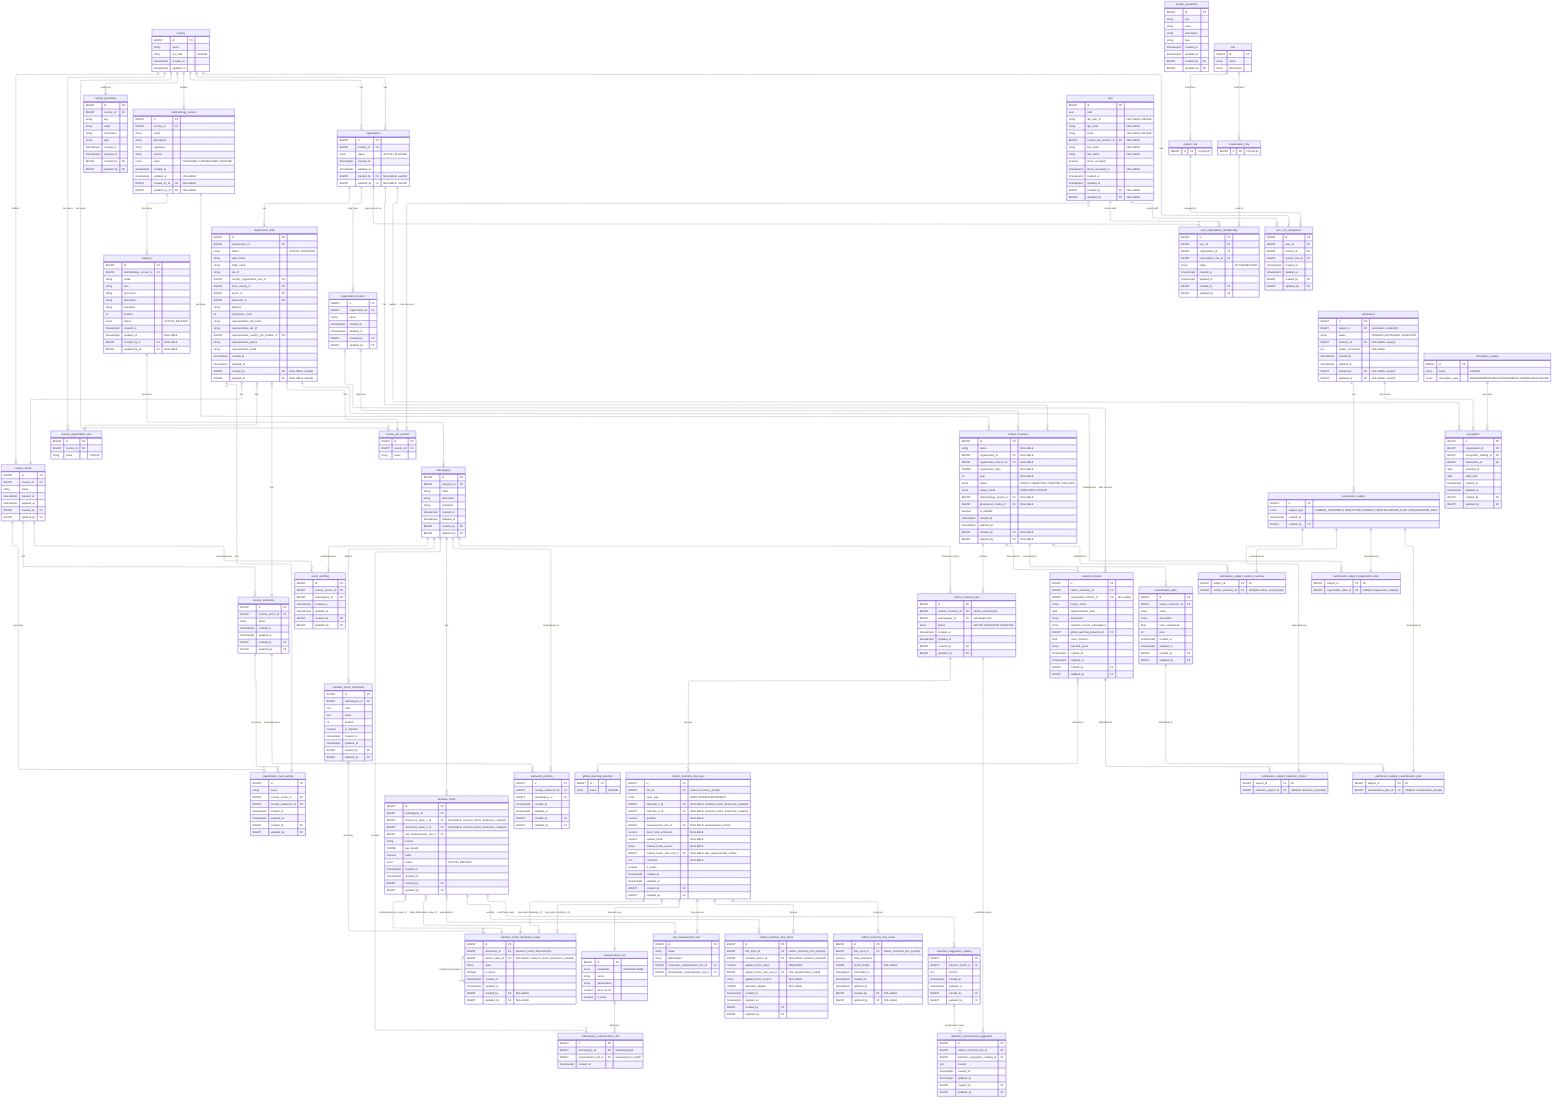
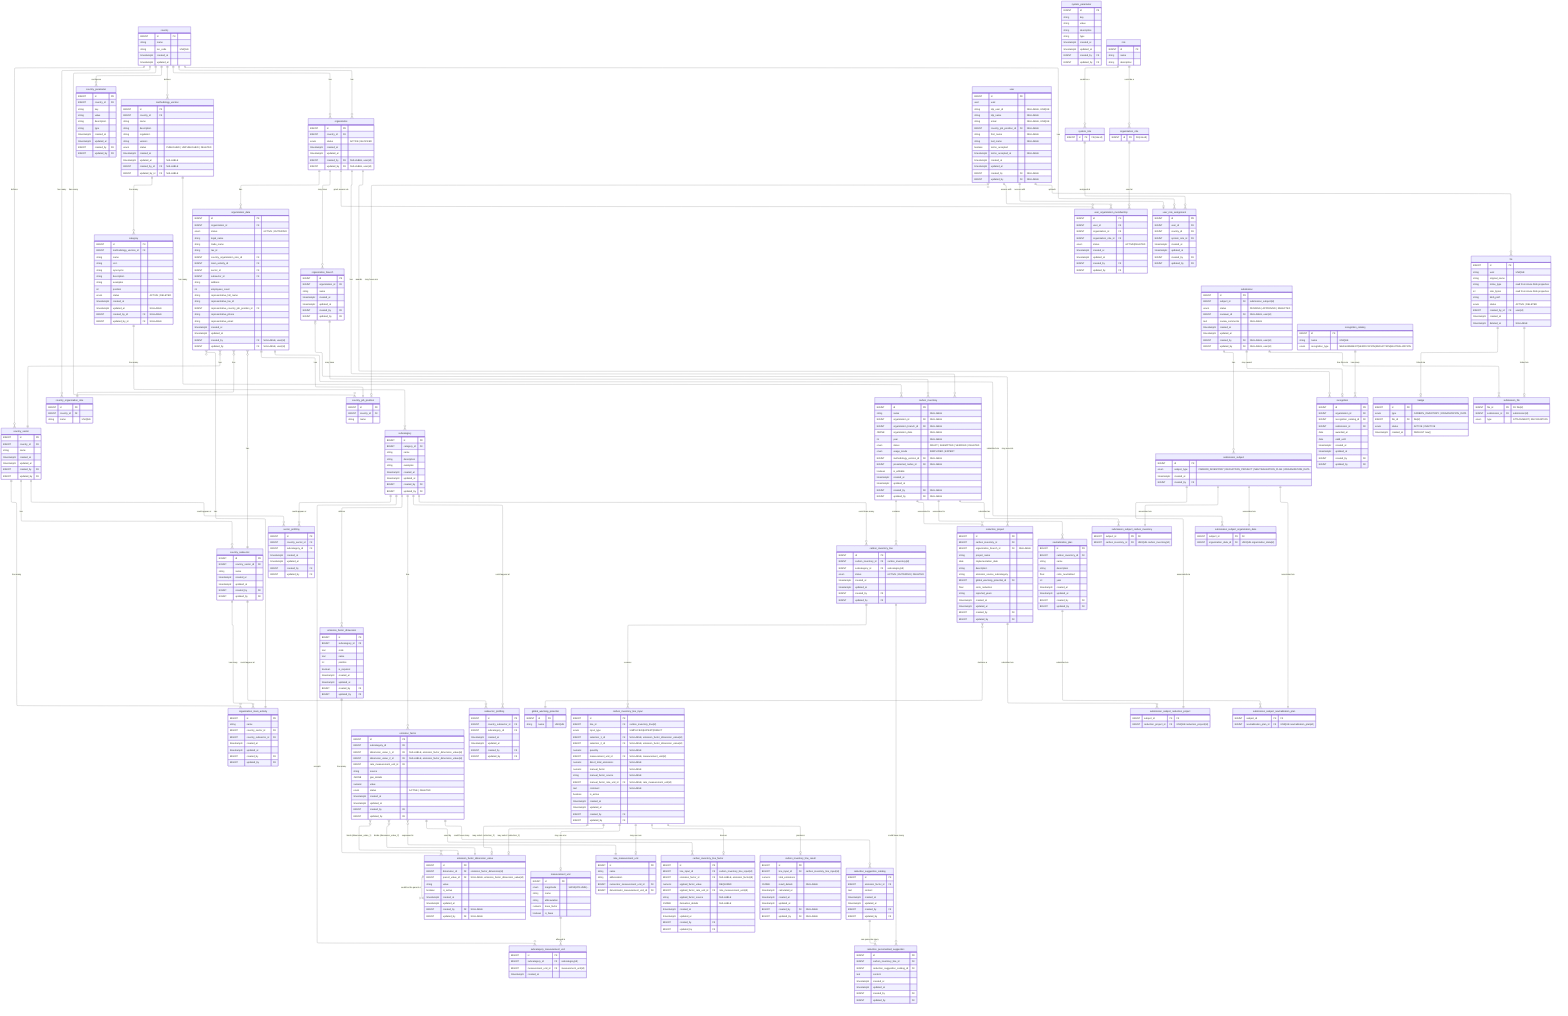
---
config:
  layout: elk
---
erDiagram
	direction TB

	%% ============================================================
	%% Design Principles
	%% ============================================================

	%% 🔷 Core Modeling Principles
	%% 	1.	Each table has a single, well-defined responsibility
	%% Tables are designed to represent one concept only (e.g. configuration, input, result, workflow), avoiding mixed concerns.

	%% 	2.	Relationships reflect real business rules, not just foreign keys
	%% Cardinalities and optionality are chosen to express domain constraints, not merely technical implementation details.

	%% 	3.	Nullability is intentional and meaningful
	%% Nullable fields indicate valid domain states (e.g. optional associations, draft data), not incomplete design.

	%% ⸻

	%% 🔷 Configuration & Reference Data
	%% 	4.	Reference data is normalized and centralized
	%% Shared concepts (statuses, units, potentials) are defined once and reused across the system.

	%% 	5.	Volatile enums are modeled as tables, not database ENUMs
	%% Any value expected to evolve (statuses, workflows) is stored in catalog tables to avoid schema migrations.

	%% 	6.	Stable physical concepts may use ENUMs
	%% Concepts that are scientifically stable (e.g. unit magnitude, usage mode) may use database ENUMs for safety and clarity.

	%% ⸻

	%% 🔷 Methodology & Emission Factors

	%% 	7.	Methodology is versioned and country-scoped
	%% All categories, subcategories, and factors belong to a specific methodology version tied to a country.

	%% 	8.	Emission factors are defined by standardized dimensions, not free text
	%% User selections and factor matching are driven by normalized dimension values to ensure consistency and correctness.

	%% 	9.	Dimension cardinality reflects domain reality, not generic flexibility
	%% Emission factors support up to two dimensions by design, matching current methodology requirements and admin workflows.

	%% 	10.	Administrative workflows are hierarchical and sequential
	%% New entities are created top-down (category → subcategory → dimension → value → factor), enforcing consistency at each level.

	%% ⸻

	%% 🔷 Inventory & Calculation

	%% 	11.	Input, factor selection, and results are modeled as separate concerns
	%% User input, factor derivation, and calculated results are stored in distinct tables for clarity and auditability.

	%% 	12.	Results are always derived from immutable input snapshots
	%% Calculated emissions reference the exact input used, ensuring reproducibility even if inputs change later.

	%% 	13.	Historical data is preserved; updates create new versions
	%% Changes do not overwrite previous data but create new records, maintaining a complete audit trail.

	%% ⸻

	%% 🔷 Workflow & Submissions

	%% 	14.	Workflows are modeled as data, not booleans
	%% Submissions, approvals, and recognitions are represented explicitly rather than inferred from flags.

	%% 	15.	Polymorphism is handled via explicit subject tables
	%% Submissions reference a generic subject entity with concrete subtype tables, avoiding nullable polymorphic foreign keys.

	%% 	16.	Recognitions are awarded based on submissions, not raw entities
	%% This ensures all awards are traceable to a validated review process.

	%% ⸻

	%% 🔷 Audit & Governance

	%% 	17.	Audit fields are applied based on responsibility and mutability
	%% Operational tables are auditable; reference and system-owned tables may omit audit fields by design.

	%% 	18.	System-generated data does not pretend to have an author
	%% Automatically calculated results record timestamps but not created_by or updated_by.

	%% 	19.	Database constraints enforce correctness wherever possible
	%% Uniqueness, consistency, and invariants are enforced at the database level rather than relying solely on application logic.


	%% ⸻

	%% 🔷 Evolution & Maintainability

	%% 	20.	Design favors clarity and correctness over premature generalization
	%% Flexibility is introduced only when driven by real domain requirements, not hypothetical future use cases.

	%% 	21.	Future extensions are possible without breaking existing data
	%% The model anticipates evolution (e.g. new methodologies, new workflows) while keeping current usage simple and explicit.

	%% ⸻

	%% These principles are intentional.
	%% Changes to the model should preserve these invariants unless there is a clear domain-driven reason to evolve them.

	%% ============================================================
	%% 🟦 Country & configuration (7)
	%% ============================================================

	country {
		BIGINT id PK ""
		string name  ""
		string iso_code "UNIQUE"
		timestamptz created_at  ""
		timestamptz updated_at  ""
	}

	country_parameter {
		BIGINT id PK ""
		BIGINT country_id FK ""
		string key  ""
		string value  ""
		string description  ""
		string type  ""
		timestamptz created_at  ""
		timestamptz updated_at  ""
		BIGINT created_by FK ""
		BIGINT updated_by FK ""
	}

	system_parameter {
		BIGINT id PK ""
		string key  ""
		string value  ""
		string description  ""
		string type  ""
		timestamptz created_at  ""
		timestamptz updated_at  ""
		BIGINT created_by FK ""
		BIGINT updated_by FK ""
	}

	country_sector {
		BIGINT id PK ""
		BIGINT country_id FK ""
		string name  ""
		timestamptz created_at  ""
		timestamptz updated_at  ""
		BIGINT created_by FK ""
		BIGINT updated_by FK ""
	}

	country_subsector {
		BIGINT id PK ""
		BIGINT country_sector_id FK ""
		string name  ""
		timestamptz created_at  ""
		timestamptz updated_at  ""
		BIGINT created_by FK ""
		BIGINT updated_by FK ""
	}

	country_organization_size {
		BIGINT id PK ""
		BIGINT country_id FK ""
		string name  "UNIQUE"
	}

	organization_main_activity {
		BIGINT id PK ""
		string name ""
		BIGINT country_sector_id FK ""
		BIGINT country_subsector_id FK ""
		timestamptz created_at ""
		timestamptz updated_at ""
		BIGINT created_by FK ""
		BIGINT updated_by FK ""
	}

	country_job_position {
		BIGINT id PK ""
		BIGINT country_id FK ""
		string name  ""
	}

	%% ============================================================
	%% 🟩 Methodology & factors (10)
	%% ============================================================

	methodology_version {
		BIGINT id PK ""
		BIGINT country_id FK ""
		string name  ""
		string description  ""
		string regulation ""
		string version ""
		enum status "PUBLISHED | UNPUBLISHED | DELETED"
		timestamptz created_at  ""
		timestamptz updated_at  "NULLABLE"
		BIGINT created_by_id FK "NULLABLE"
		BIGINT updated_by_id FK "NULLABLE"
		%% Enforce via trigger at most 1 active per country
	}

	category {
		BIGINT id PK ""
		BIGINT methodology_version_id FK ""
		string name ""
		string icon ""
		%% just for displaying
		string synonyms ""
		%% just for displaying
		string description ""
		%% just for displaying
		string examples ""
		%% Position must be > 0 (enforced by DB CHECK constraint)
		int position ""
		enum status "ACTIVE | DELETED"
		timestamptz created_at  ""
		timestamptz updated_at  "NULLABLE"
		BIGINT created_by_id FK "NULLABLE"
		BIGINT updated_by_id FK "NULLABLE"
		%% UNIQUE(methodology_version_id, name)
		%% UNIQUE(methodology_version_id, position)
	}

	subcategory {
		BIGINT id PK ""
		BIGINT category_id FK ""
		string name  ""
		%% just for displaying
		string description  ""
		%% just for displaying
		string examples ""
		timestamptz created_at  ""
		timestamptz updated_at  ""
		BIGINT created_by FK ""
		BIGINT updated_by FK ""
	}

	emission_factor_dimension {
		BIGINT id PK ""
		BIGINT subcategory_id FK ""
		%% Like: FUEL_GROUP, FUEL_TYPE, GAS_TYPE
		text code ""
		%% Like: Tipo de combustible, Tipo de gas
		text name ""
		%% Like: 1, 2, 3 (order in UI & logic)
		int position ""
		boolean is_required ""
		timestamptz created_at  ""
		timestamptz updated_at  ""
		BIGINT created_by FK ""
		BIGINT updated_by FK ""
		%% UNIQUE(subcategory_id, position),
		%% UNIQUE(subcategory_id, code)
	}

	emission_factor_dimension_value {
		BIGINT id PK ""
		BIGINT dimension_id FK "emission_factor_dimension(id)"
		BIGINT parent_value_id FK "NULLABLE, emission_factor_dimension_value(id)"
		%% Like: Natural gas, Diesel, Kerosene, etc
		string value ""
		boolean is_active ""
		timestamptz created_at  ""
		timestamptz updated_at  ""
		BIGINT created_by FK "NULLABLE"
		BIGINT updated_by FK "NULLABLE"
		%% UNIQUE(dimension_id, value)
	}

	emission_factor {
		BIGINT id PK ""
		BIGINT subcategory_id FK ""
		%% Emission factors currently support up to two dimensions via fixed columns.
		%% A binding table was considered for unbounded dimensions but intentionally not used to keep queries and constraints simple.
		BIGINT dimension_value_1_id FK "NULLABLE, emission_factor_dimension_value(id)"
		BIGINT dimension_value_2_id FK "NULLABLE, emission_factor_dimension_value(id)"
		BIGINT rate_measurement_unit_id FK ""
		string source  ""
		JSONB gas_details ""
		numeric value  ""
		enum status "ACTIVE | DELETED"
		timestamptz created_at  ""
		timestamptz updated_at  ""
		BIGINT created_by FK ""
		BIGINT updated_by FK ""
		%% Enforce UNIQUE (subcategory_id, dimension_value_1_id, dimension_value_2_id) WHERE status = 'ACTIVE'
	}

	sector_profiling {
		BIGINT id PK ""
		BIGINT country_sector_id FK ""
		BIGINT subcategory_id FK ""
		timestamptz created_at  ""
		timestamptz updated_at  ""
		BIGINT created_by FK ""
		BIGINT updated_by FK ""
		%% UNIQUE(country_sector_id, subcategory_id)
	}

	subsector_profiling {
		BIGINT id PK ""
		BIGINT country_subsector_id FK ""
		BIGINT subcategory_id FK ""
		timestamptz created_at  ""
		timestamptz updated_at  ""
		BIGINT created_by FK ""
		BIGINT updated_by FK ""
		%% UNIQUE(country_subsector_id, subcategory_id)
	}

	measurement_unit {
		BIGINT id PK ""
		enum magnitude  "MASS|VOLUME|..."
		string name  ""
		string abbreviation  ""
		numeric base_factor  ""
		boolean is_base  ""
		%% Enforce UNIQUE (magnitude) WHERE is_base = true
	}

	rate_measurement_unit {
		BIGINT id PK ""
		string name  ""
		string abbreviation  ""
		BIGINT numerator_measurement_unit_id FK ""
		BIGINT denominator_measurement_unit_id FK ""
	}

	subcategory_measurement_unit {
		BIGINT id PK ""
		BIGINT subcategory_id FK "subcategory(id)"
		BIGINT measurement_unit_id FK "measurement_unit(id)"
		timestamptz created_at ""
		%% UNIQUE(subcategory_id, measurement_unit_id)
	}

	global_warming_potential {
		BIGINT id PK ""
		string name "UNIQUE"
		%% AR4, AR5, etc...
	}

	%% ============================================================
	%% 🟨 Organizations & users (8)
	%% ============================================================

	organization {
		BIGINT id PK
		BIGINT country_id FK
		enum status "ACTIVE | BLOCKED"
		timestamptz created_at
		timestamptz updated_at
		BIGINT created_by FK "NULLABLE, user(id)"
		BIGINT updated_by FK "NULLABLE, user(id)"
  	}

	organization_data {
		BIGINT id PK
		BIGINT organization_id FK
		enum status "ACTIVE | OUTDATED"

		%% organization data
		string legal_name
		string trade_name
		string tax_id
		BIGINT country_organization_size_id FK
		BIGINT main_activity_id FK
		BIGINT sector_id FK
		BIGINT subsector_id FK
		string address
		int employees_count

		%% representative data
		string representative_full_name
		string representative_tax_id
		BIGINT representative_country_job_position_id FK
		string representative_phone
		string representative_email

		timestamptz created_at
		timestamptz updated_at
		BIGINT created_by FK "NULLABLE, user(id)"
		BIGINT updated_by FK "NULLABLE, user(id)"
	}

	organization_branch {
		BIGINT id PK ""
		BIGINT organization_id FK ""
		string name  ""
		timestamptz created_at  ""
		timestamptz updated_at  ""
		BIGINT created_by FK ""
		BIGINT updated_by FK ""
	}

	user {
		BIGINT id PK ""
		uuid uuid  ""
		string idp_user_id "NULLABLE, UNIQUE"
		string idp_name "NULLABLE"
		string email  "NULLABLE, UNIQUE"
		BIGINT country_job_position_id FK "NULLABLE"
		string first_name "NULLABLE"
		string last_name "NULLABLE"
		boolean terms_accepted ""
		timestamptz terms_accepted_at "NULLABLE"
		timestamptz created_at  ""
		timestamptz updated_at  ""
		BIGINT created_by FK "NULLABLE"
		BIGINT updated_by FK "NULLABLE"
	}

	%% abstract parent table
	role {
		BIGINT id PK ""
		string name ""
		string description ""
	}

	system_role {
		BIGINT id PK "FK(role.id)"
	}

	organization_role {
		BIGINT id PK "FK(role.id)"
	}


	user_organization_membership {
		BIGINT id PK ""
		BIGINT user_id FK ""
		BIGINT organization_id FK ""
		BIGINT organization_role_id FK ""
		enum status "ACTIVE|DELETED"
		timestamptz created_at  ""
		timestamptz updated_at  ""
		BIGINT created_by FK ""
		BIGINT updated_by FK ""
		%% UNIQUE(user_id, organization_id, organization_role_id)
	}

	user_role_assignment {
		BIGINT id PK ""
		BIGINT user_id FK ""
		BIGINT country_id FK ""
		BIGINT system_role_id FK ""
		timestamptz created_at  ""
		timestamptz updated_at  ""
		BIGINT created_by FK ""
		BIGINT updated_by FK ""
		%% UNIQUE(user_id, country_id, system_role_id)
	}

	%% ============================================================
	%% 🟧 Inventory & calculation (9)
	%% ============================================================

	%% organization & organization_branch will be NULL when user does not belong to any org.
	carbon_inventory {
		BIGINT id PK ""
		string name "NULLABLE"
		BIGINT organization_id FK "NULLABLE"
		BIGINT organization_branch_id FK "NULLABLE"
		JSONB organization_data "NULLABLE"
		int year "NULLABLE"
		enum status "DRAFT | SUBMITTED | VERIFIED | DELETED"
		enum usage_mode "SIMPLIFIED | EXPERT"
		BIGINT methodology_version_id FK "NULLABLE"
		BIGINT preselected_nodes_id FK "NULLABLE"
		boolean is_editable ""
		timestamptz created_at  ""
		timestamptz updated_at  ""
		BIGINT created_by FK "NULLABLE"
		BIGINT updated_by FK "NULLABLE"
	}

	%% A "line" represents what is being measured (subcategory) for a given inventory.
	%% We do not store quantities/factors/selections here. It's the anchor.
	carbon_inventory_line {
		BIGINT id PK ""
		BIGINT carbon_inventory_id FK "carbon_inventory(id)"
		BIGINT subcategory_id FK "subcategory(id)"
		enum status "ACTIVE | OUTDATED | DELETED"
		timestamptz created_at  ""
		timestamptz updated_at  ""
		BIGINT created_by FK ""
		BIGINT updated_by FK ""
	}

	carbon_inventory_line_input {
		BIGINT id PK ""
		BIGINT line_id FK "carbon_inventory_line(id)"
		enum input_type "SIMPLIFIED|EXPERT|DIRECT"

		%% the "dimension selections" (more on dimension standardization in section 4)
		BIGINT selection_1_id FK "NULLABLE, emission_factor_dimension_value(id)"
		BIGINT selection_2_id FK "NULLABLE, emission_factor_dimension_value(id)"

		numeric quantity "NULLABLE"
		BIGINT measurement_unit_id FK "NULLABLE, measurement_unit(id)"

		%% For DIRECT mode:
		numeric direct_total_emissions "NULLABLE"

		%% For EXPERT mode:
		numeric manual_factor "NULLABLE"
		string manual_factor_source "NULLABLE"
		BIGINT manual_factor_rate_unit_id FK "NULLABLE, rate_measurement_unit(id)"

		text comment "NULLABLE"
		boolean is_active ""
		timestamptz created_at  ""
		timestamptz updated_at  ""
		BIGINT created_by FK ""
		BIGINT updated_by FK ""
		%% Enforce only one active input per line: UNIQUE(line_id) WHERE is_active = true
	}

	%% This stores "what factor did we use, after conversions, and why" so results are reproducible.
	carbon_inventory_line_factor {
		BIGINT id PK ""
		BIGINT line_input_id FK "carbon_inventory_line_input(id)"

		%% chosen factor: either from catalog (simplified) or null for expert/direct
		BIGINT emission_factor_id FK "NULLABLE, emission_factor(id)"

		%% normalized factor actually used in the computation (post-conversion)
		%% REQUIRED: Must always be present for result reproducibility
		numeric applied_factor_value "REQUIRED"
		BIGINT applied_factor_rate_unit_id FK "rate_measurement_unit(id)"
		string applied_factor_source "NULLABLE"

		%% optionally store a JSON blob explaining conversion steps for auditability
		JSONB derivation_details "NULLABLE"

		timestamptz created_at  ""
		timestamptz updated_at  ""
		BIGINT created_by FK ""
		BIGINT updated_by FK ""
		%% Enforce 1 factor row per input: UNIQUE(line_input_id)
	}

	carbon_inventory_line_result {
		BIGINT id PK ""
		BIGINT line_input_id FK "carbon_inventory_line_input(id)"
		numeric total_emissions ""
		%% optionally store breakdown: per-gas, CO2e, etc.
		JSONB result_details "NULLABLE"
		timestamptz calculated_at ""
		timestamptz created_at  ""
		timestamptz updated_at  ""
		BIGINT created_by FK "NULLABLE"
		BIGINT updated_by FK "NULLABLE"
		%% Ensure 1 result per input: UNIQUE(line_input_id)
	}

	reduction_suggestion_catalog {
		BIGINT id PK ""
		BIGINT emission_factor_id FK ""
		text content  ""
		timestamptz created_at  ""
		timestamptz updated_at  ""
		BIGINT created_by FK ""
		BIGINT updated_by FK ""
	}

	%% We plan to create these suggestion with AI
	reduction_personalized_suggestion {
		BIGINT id PK ""
		BIGINT carbon_inventory_line_id FK ""
		BIGINT reduction_suggestion_catalog_id FK ""
		text content  ""
		timestamptz created_at  ""
		timestamptz updated_at  ""
		BIGINT created_by FK ""
		BIGINT updated_by FK ""
	}

	reduction_project {
		BIGINT id PK ""
		BIGINT carbon_inventory_id FK ""
		BIGINT organization_branch_id FK "NULLABLE"
		string project_name  ""
		date implementation_date  ""
		string description  ""
		string emission_source_subcategory  ""
		BIGINT global_warming_potential_id FK ""
		float co2e_reduction  ""
		string reported_years  ""
		timestamptz created_at  ""
		timestamptz updated_at  ""
		BIGINT created_by FK ""
		BIGINT updated_by FK ""
	}

	neutralization_plan {
		BIGINT id PK ""
		BIGINT carbon_inventory_id FK ""
		string name  ""
		string description  ""
		float co2e_neutralized  ""
		int year  ""
		timestamptz created_at  ""
		timestamptz updated_at  ""
		BIGINT created_by FK ""
		BIGINT updated_by FK ""
	}

	%% ============================================================
	%% 🟥 Submissions & recognition (7)
	%% ============================================================

	%% Read the docs about the submissions model design here: https://www.notion.so/Modelo-E-R-para-Submissions-2d318d2c8901805ab8f9eed2a9d9d702?source=copy_link
	%% The data within this table is immutable once created
	submission_subject {
		BIGINT id PK ""
		enum subject_type "CARBON_INVENTORY | REDUCTION_PROJECT | NEUTRALIZATION_PLAN | ORGANIZATION_DATA"
		timestamptz created_at  ""
		BIGINT created_by FK ""
	}

	%% The data within this table is immutable once created
	submission_subject_carbon_inventory {
		BIGINT subject_id PK "FK"
		BIGINT carbon_inventory_id FK "UNIQUE carbon_inventory(id)"
	}

	%% The data within this table is immutable once created
	submission_subject_reduction_project {
		BIGINT subject_id PK "FK"
		BIGINT reduction_project_id FK "UNIQUE reduction_project(id)"
	}

	%% The data within this table is immutable once created
	submission_subject_neutralization_plan {
		BIGINT subject_id PK "FK"
		BIGINT neutralization_plan_id FK "UNIQUE neutralization_plan(id)"
	}

	%% The data within this table is immutable once created
	submission_subject_organization_data {
		BIGINT subject_id PK "FK"
		BIGINT organization_data_id FK "UNIQUE organization_data(id)"
	}

	submission {
		BIGINT id PK ""
		BIGINT subject_id FK "submission_subject(id)"
		enum status "PENDING | APPROVED | REJECTED"
		BIGINT reviewer_id FK "NULLABLE, user(id)"
		text review_comments "NULLABLE"
		timestamptz created_at  ""
		timestamptz updated_at  ""
		BIGINT created_by FK "NULLABLE, user(id)"
		BIGINT updated_by FK "NULLABLE, user(id)"
		%% UNIQUE INDEX on subject_id WHERE status IN ('PENDING', 'APPROVED')
	}

	recognition_catalog {
		BIGINT id PK ""
		string name "UNIQUE"
		enum recognition_type  "MEASUREMENT|VERIFICATION|REDUCTION|NEUTRALIZATION"
	}

	recognition {
		BIGINT id PK ""
		BIGINT organization_id FK ""
		BIGINT recognition_catalog_id FK ""
		BIGINT submission_id FK ""
		date awarded_at  ""
		date valid_until  ""
		timestamptz created_at  ""
		timestamptz updated_at  ""
		BIGINT created_by FK ""
		BIGINT updated_by FK ""
	}

	%% ============================================================
+ 	%% 🟪 Files & attachments (3)
+ 	%% ============================================================
+ 
+ 	%% Generic file metadata table. Ownership is resolved via link tables
+ 	%% (badge, submission_file) following the same polymorphic pattern used by submission_subject.
+ 	%% mime_type and size_bytes are read from Azure blob properties at confirm-upload time,
+ 	%% not provided by the client.
+ 	file {
+ 		BIGINT id PK ""
+ 		string uuid "UNIQUE"
+ 		string original_name ""
+ 		string mime_type "read from Azure blob properties"
+ 		int size_bytes "read from Azure blob properties"
+ 		string blob_path ""
+ 		enum status "ACTIVE | DELETED"
+ 		BIGINT created_by_id FK "user(id)"
+ 		timestamptz created_at ""
+ 		timestamptz deleted_at "NULLABLE"
+ 	}
+ 
+ 	%% Link table: file ↔ badge type
+ 	%% Only one badge per type may have status ACTIVE at a time.
+ 	%% Uploading a new badge automatically sets the previous one to INACTIVE.
+ 	badge {
+ 		BIGINT id PK ""
+ 		enum type "CARBON_INVENTORY | ORGANIZATION_DATA"
+ 		BIGINT file_id FK "file(id)"
+ 		enum status "ACTIVE | INACTIVE"
+ 		timestamptz created_at "DEFAULT now()"
+ 	}
+ 
+ 	%% Link table: file ↔ submission
+ 	%% type distinguishes between document attachments and recognition certificates.
+ 	submission_file {
+ 		BIGINT file_id PK "FK file(id)"
+ 		BIGINT submission_id FK "submission(id)"
+ 		enum type "ATTACHMENT | RECOGNITION"
+ 	}
+ 
+ 	%% ============================================================
	%% Others
	%% ============================================================


%% ============================================================
%% Relationships
%% ============================================================

country
	country ||--o{ country_parameter : "configures"
	country ||--o{ country_sector : "defines"
	country ||--o{ methodology_version : "defines"
	country ||--o{ organization : "has"
	country ||--o{ user_role_assignment : "has"
	country ||--o{ country_organization_size: "has many"
	country ||--o{ country_job_position : "has many"
	country ||--o{ organization : "has"

country_sector
	country_sector ||--o{ country_subsector : "has"
	country_sector ||--o{ sector_profiling : "could appear at"
	country_sector ||--o{ organization_main_activity : "has many"

country_subsector
	country_subsector ||--o{ subsector_profiling : "could appear at"
	country_subsector ||--o{ organization_main_activity : "has many"

organization
	organization ||--o{ carbon_inventory : "has"
	organization ||--o{ organization_branch : "may have"
	organization ||--o{ recognition : "awards"
	organization ||--o{ user_organization_membership : "grant access via"
	organization ||--o{ organization_data : "has"

organization_data
	organization_data }o--|| country_organization_size : "has"
	organization_data }o--|| country_sector : "has"
	organization_data }o--|| country_subsector : "has"
	organization_data ||--|| country_job_position : "has"
	organization_data ||--o{ submission_subject_organization_data : "submitted via"
	organization_data }o--|| organization_main_activity : "has"


organization_branch
	organization_branch |o--o{ reduction_project : "may execute"
	organization_branch ||--o{ carbon_inventory : "may have"

recognition_catalog
	recognition_catalog ||--o{ recognition  : "has many"

role
	role ||--o{ system_role : "could be a"
	role ||--o{ organization_role : "could be a"
	organization_role ||--o{ user_organization_membership : "used at"
	system_role ||--o{ user_role_assignment : "assigned at"

user
	user ||--o{ user_organization_membership : "access with"
	user }o--o| country_job_position : "may have one"
	user ||--o| user_role_assignment : "access with"
+ 	user ||--o{ file : "uploads"

methodology_version
	methodology_version ||--o{ carbon_inventory : "has many"
	methodology_version ||--o{ category : "has many"

category
	category ||--o{ subcategory : "has many"

subcategory
	subcategory ||--o{ emission_factor_dimension: "defines"
	%% A subcategory may exist with zero emission factors:
	subcategory ||--o{ emission_factor: "has"
	subcategory ||--o{ sector_profiling: "could appear at"
	subcategory ||--o{ subsector_profiling: "could appear at"
	subcategory ||--o{ carbon_inventory_line: "could have many"
	subcategory ||--o{ subcategory_measurement_unit: "accepts"

measurement_unit
	measurement_unit ||--o{ subcategory_measurement_unit: "allowed in"

emission_factor_dimension
	emission_factor_dimension ||--o{ emission_factor_dimension_value : "has many"

emission_factor_dimension_value
	emission_factor_dimension_value ||--o{ emission_factor_dimension_value : "could be the parent of"

emission_factor
	emission_factor ||--o{ reduction_suggestion_catalog : "could have many"
	emission_factor ||--o{ carbon_inventory_line_factor : "used by"
	emission_factor }o--|| rate_measurement_unit : "expressed in"
	%% At most 2 values, depending on subcategory configuration:
	emission_factor }o--|| emission_factor_dimension_value : "binds (dimension_value_1)"
	emission_factor }o--|| emission_factor_dimension_value : "binds (dimension_value_2)"

carbon_inventory
	carbon_inventory ||--o{ carbon_inventory_line: "contains"
	carbon_inventory ||--o{ submission_subject_carbon_inventory: "submitted as"
	carbon_inventory ||--o{ neutralization_plan: "associated to"
	carbon_inventory ||--o{ reduction_project: "associated to"

carbon_inventory_line
	carbon_inventory_line ||--o{ reduction_personalized_suggestion: "could have many"
	carbon_inventory_line ||--o{ carbon_inventory_line_input: "receives"

carbon_inventory_line_input
	carbon_inventory_line_input ||--o| emission_factor_dimension_value: "may select (selection_1)"
	carbon_inventory_line_input ||--o| emission_factor_dimension_value: "may select (selection_2)"
	carbon_inventory_line_input ||--o| measurement_unit: "may use one"
	carbon_inventory_line_input ||--o| rate_measurement_unit: "may use one"
	carbon_inventory_line_input ||--o| carbon_inventory_line_factor: "derives"
	carbon_inventory_line_input ||--o| carbon_inventory_line_result: "produces"

submission_subject
	submission_subject ||--|| submission_subject_carbon_inventory : "associated via"
	submission_subject ||--|| submission_subject_reduction_project : "associated via"
	submission_subject ||--|| submission_subject_neutralization_plan : "associated via"
	submission_subject ||--|| submission_subject_organization_data : "associated via"

submission
	submission ||--o| recognition: "may award"
	submission ||--o{ submission_subject: "has"
+ 	submission ||--o{ submission_file: "has files via"

neutralization_plan
	neutralization_plan ||--o{ submission_subject_neutralization_plan : "submitted via"

reduction_project
	reduction_project ||--o{ submission_subject_reduction_project : "submitted via"
	reduction_project }o--|| global_warming_potential : "declares a"

reduction_suggestion_catalog
- 	reduction_suggestion_catalog ||--o{ reduction_personalized_suggestion : "can generate many"+ 	reduction_suggestion_catalog ||--o{ reduction_personalized_suggestion : "can generate many"
+ 
+ file
+ 	file ||--o| badge : "linked via"
+ 	file ||--o| submission_file : "linked via"